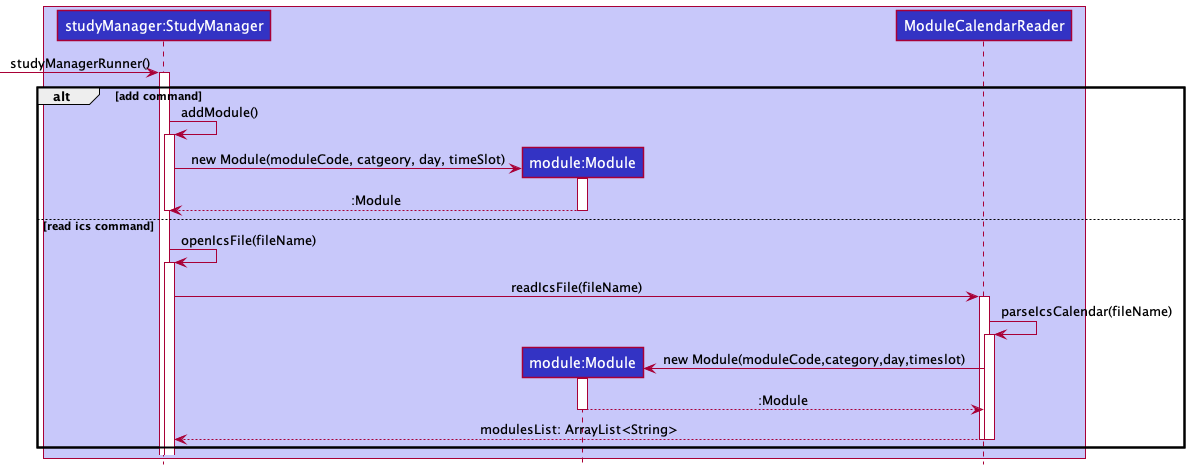
The PlantUML diagram docs/images/StudyManagerSequenceDiagram.png in nus-cs2113-AY2122S2/tp, before a commit.
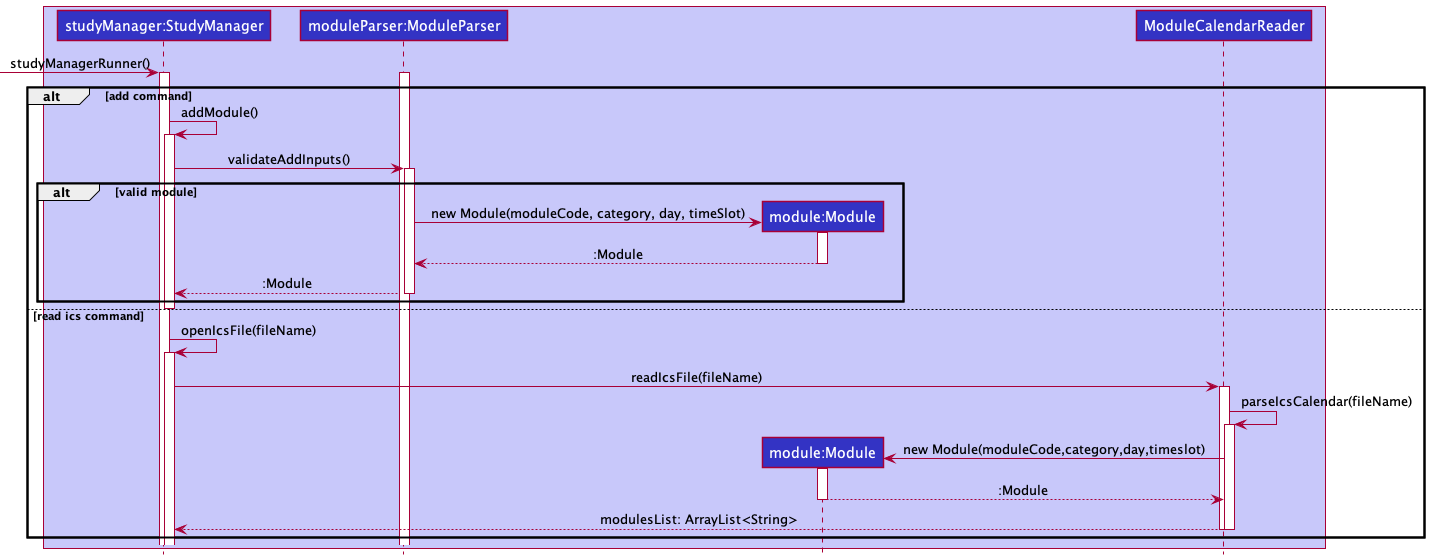
After the change.

Diff of the diagram source:
```diff
@@ -3,6 +3,7 @@
 
 box LOGIC_COLOR_T1
 participant "studyManager:StudyManager" as studyManager LOGIC_COLOR
+participant "moduleParser:ModuleParser" as moduleParser LOGIC_COLOR
 participant "module:Module" as module LOGIC_COLOR
 participant  "ModuleCalendarReader" as icsReader LOGIC_COLOR
 end box
@@ -10,13 +11,22 @@
 
 [-> studyManager : studyManagerRunner()
 activate studyManager
+activate moduleParser
+
 alt add command
     studyManager->studyManager:addModule()
     activate studyManager
 
-    studyManager -> module ** : new Module(moduleCode, catgeory, day, timeSlot)
-    activate module
-    return :Module
+    studyManager -> moduleParser : validateAddInputs()
+    activate moduleParser
+    alt valid module
+        moduleParser -> module ** : new Module(moduleCode, category, day, timeSlot)
+        activate module
+        return :Module
+        return :Module
+    end
+
+
     deactivate module
     deactivate studyManager
 
```
